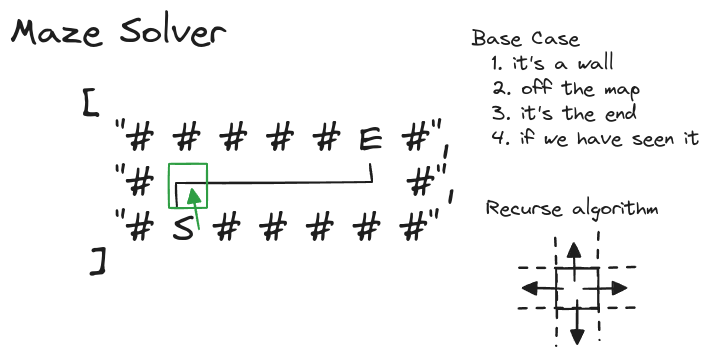
This is docs/recursion/images/path-finding.excalidraw.png from ThomasCode92/fem-algorithms, a Excalidraw export, as it was before one commit. Source tidied: one line per element, renumbered; positions are measured from the earlier drawing's top-left corner, leaving out a move shared by most shapes. Source of this version:
```json
{"id": 0, "type": "text", "text": "Maze Solver", "strokeColor": "#1e1e1e", "strokeWidth": 2, "roughness": 1, "fontSize": 36, "fontFamily": 1, "x": 0, "y": 0, "width": 215, "height": 45}
{"id": 1, "type": "text", "text": "\"# # # # # E #\",\n\"#              #\",\n\"# S # # # # #\"", "strokeColor": "#1e1e1e", "strokeWidth": 2, "roughness": 1, "fontSize": 36, "fontFamily": 1, "x": 104, "y": 108, "width": 342, "height": 135}
{"id": 2, "type": "text", "text": "[", "strokeColor": "#1e1e1e", "strokeWidth": 2, "roughness": 1, "fontSize": 36, "fontFamily": 1, "x": 72, "y": 75, "width": 18, "height": 45}
{"id": 3, "type": "text", "text": "]", "strokeColor": "#1e1e1e", "strokeWidth": 2, "roughness": 1, "fontSize": 36, "fontFamily": 1, "x": 79, "y": 233, "width": 18, "height": 45}
{"id": 4, "type": "line", "strokeColor": "#1e1e1e", "strokeWidth": 2, "roughness": 1, "x": 167, "y": 198, "width": 196, "height": 44, "points": [[0, 0], [-1, -25], [195, -26], [193, -44]]}
{"id": 5, "type": "arrow", "strokeColor": "#2f9e44", "strokeWidth": 2, "roughness": 1, "endArrowhead": "triangle", "x": 189, "y": 219, "width": 7, "height": 40, "points": [[0, 0], [-7, -40]]}
{"id": 6, "type": "rectangle", "strokeColor": "#2f9e44", "strokeWidth": 2, "roughness": 1, "x": 159, "y": 154, "width": 38, "height": 44}
{"id": 7, "type": "rectangle", "strokeColor": "#1e1e1e", "strokeWidth": 2, "roughness": 1, "x": 546, "y": 259, "width": 42, "height": 40}
{"id": 8, "type": "line", "strokeColor": "#1e1e1e", "strokeWidth": 2, "strokeStyle": "dashed", "roughness": 1, "x": 509, "y": 258, "width": 119, "height": 1, "points": [[0, 0], [119, -1]]}
{"id": 9, "type": "line", "strokeColor": "#1e1e1e", "strokeWidth": 2, "strokeStyle": "dashed", "roughness": 1, "x": 509, "y": 298, "width": 119, "height": 1, "points": [[0, 0], [119, -1]]}
{"id": 10, "type": "line", "strokeColor": "#1e1e1e", "strokeWidth": 2, "strokeStyle": "dashed", "roughness": 1, "x": 545, "y": 228, "width": 1, "height": 108, "points": [[0, 0], [1, 108]]}
{"id": 11, "type": "line", "strokeColor": "#1e1e1e", "strokeWidth": 2, "strokeStyle": "dashed", "roughness": 1, "x": 589, "y": 222, "width": 1, "height": 108, "points": [[0, 0], [1, 108]]}
{"id": 12, "type": "arrow", "strokeColor": "#1e1e1e", "strokeWidth": 2, "roughness": 1, "endArrowhead": "triangle", "x": 565, "y": 271, "width": 1, "height": 38, "points": [[0, 0], [-1, -38]]}
{"id": 13, "type": "arrow", "strokeColor": "#1e1e1e", "strokeWidth": 2, "roughness": 1, "endArrowhead": "triangle", "x": 567, "y": 290, "width": 0, "height": 44, "points": [[0, 0], [0, 44]]}
{"id": 14, "type": "arrow", "strokeColor": "#1e1e1e", "strokeWidth": 2, "roughness": 1, "endArrowhead": "triangle", "x": 573, "y": 279, "width": 43, "height": 1, "points": [[0, 0], [43, -1]]}
{"id": 15, "type": "arrow", "strokeColor": "#1e1e1e", "strokeWidth": 2, "roughness": 1, "endArrowhead": "triangle", "x": 553, "y": 279, "width": 40, "height": 1, "points": [[0, 0], [-40, -1]]}
{"id": 16, "type": "text", "text": "Base Case\n  1. it's a wall\n  2. off the map\n  3. it's the end\n  4. if we have seen it", "strokeColor": "#1e1e1e", "strokeWidth": 2, "roughness": 1, "fontSize": 20, "fontFamily": 1, "x": 462, "y": 16, "width": 228, "height": 125}
{"id": 17, "type": "text", "text": "Recurse algorithm", "strokeColor": "#1e1e1e", "strokeWidth": 2, "roughness": 1, "fontSize": 20, "fontFamily": 1, "x": 476, "y": 186, "width": 173, "height": 25}
```
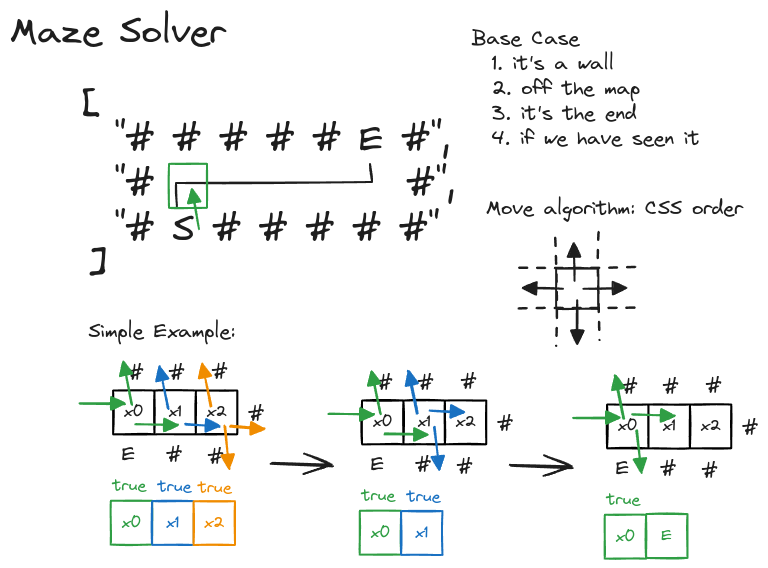
The same file after the commit.

Commit message:
Path Finding - Recursive Case

Diff of the diagram source:
```diff
@@ -15,4 +15,84 @@
 {"id": 14, "type": "arrow", "strokeColor": "#1e1e1e", "strokeWidth": 2, "roughness": 1, "endArrowhead": "triangle", "x": 573, "y": 279, "width": 43, "height": 1, "points": [[0, 0], [43, -1]]}
 {"id": 15, "type": "arrow", "strokeColor": "#1e1e1e", "strokeWidth": 2, "roughness": 1, "endArrowhead": "triangle", "x": 553, "y": 279, "width": 40, "height": 1, "points": [[0, 0], [-40, -1]]}
 {"id": 16, "type": "text", "text": "Base Case\n  1. it's a wall\n  2. off the map\n  3. it's the end\n  4. if we have seen it", "strokeColor": "#1e1e1e", "strokeWidth": 2, "roughness": 1, "fontSize": 20, "fontFamily": 1, "x": 462, "y": 16, "width": 228, "height": 125}
-{"id": 17, "type": "text", "text": "Recurse algorithm", "strokeColor": "#1e1e1e", "strokeWidth": 2, "roughness": 1, "fontSize": 20, "fontFamily": 1, "x": 476, "y": 186, "width": 173, "height": 25}
+{"id": 17, "type": "text", "text": "Move algorithm: CSS order", "strokeColor": "#1e1e1e", "strokeWidth": 2, "roughness": 1, "fontSize": 20, "fontFamily": 1, "x": 476, "y": 186, "width": 257, "height": 25}
+{"id": 18, "type": "rectangle", "strokeColor": "#000000", "strokeWidth": 2, "roughness": 1, "x": 103, "y": 380, "width": 41, "height": 44}
+{"id": 19, "type": "text", "text": "x0", "strokeColor": "#1e1e1e", "strokeWidth": 2, "roughness": 1, "fontSize": 16, "fontFamily": 1, "textAlign": "center", "verticalAlign": "middle", "inside": 18, "x": 114, "y": 392, "width": 20, "height": 20}
+{"id": 20, "type": "rectangle", "strokeColor": "#000000", "strokeWidth": 2, "roughness": 1, "x": 352, "y": 390, "width": 41, "height": 44}
+{"id": 21, "type": "text", "text": "x0", "strokeColor": "#1e1e1e", "strokeWidth": 2, "roughness": 1, "fontSize": 16, "fontFamily": 1, "textAlign": "center", "verticalAlign": "middle", "inside": 20, "x": 363, "y": 402, "width": 20, "height": 20}
+{"id": 22, "type": "rectangle", "strokeColor": "#000000", "strokeWidth": 2, "roughness": 1, "x": 597, "y": 394, "width": 41, "height": 44}
+{"id": 23, "type": "text", "text": "x0", "strokeColor": "#1e1e1e", "strokeWidth": 2, "roughness": 1, "fontSize": 16, "fontFamily": 1, "textAlign": "center", "verticalAlign": "middle", "inside": 22, "x": 608, "y": 406, "width": 20, "height": 20}
+{"id": 24, "type": "rectangle", "strokeColor": "#2f9e44", "strokeWidth": 2, "roughness": 1, "x": 101, "y": 491, "width": 41, "height": 44}
+{"id": 25, "type": "text", "text": "x0", "strokeColor": "#2f9e44", "strokeWidth": 2, "roughness": 1, "fontSize": 16, "fontFamily": 1, "textAlign": "center", "verticalAlign": "middle", "inside": 24, "x": 111, "y": 503, "width": 20, "height": 20}
+{"id": 26, "type": "rectangle", "strokeColor": "#2f9e44", "strokeWidth": 2, "roughness": 1, "x": 350, "y": 501, "width": 41, "height": 44}
+{"id": 27, "type": "text", "text": "x0", "strokeColor": "#2f9e44", "strokeWidth": 2, "roughness": 1, "fontSize": 16, "fontFamily": 1, "textAlign": "center", "verticalAlign": "middle", "inside": 26, "x": 360, "y": 513, "width": 20, "height": 20}
+{"id": 28, "type": "rectangle", "strokeColor": "#2f9e44", "strokeWidth": 2, "roughness": 1, "x": 595, "y": 505, "width": 41, "height": 44}
+{"id": 29, "type": "text", "text": "x0", "strokeColor": "#2f9e44", "strokeWidth": 2, "roughness": 1, "fontSize": 16, "fontFamily": 1, "textAlign": "center", "verticalAlign": "middle", "inside": 28, "x": 605, "y": 517, "width": 20, "height": 20}
+{"id": 30, "type": "rectangle", "strokeColor": "#1971c2", "strokeWidth": 2, "roughness": 1, "x": 142, "y": 491, "width": 41, "height": 44}
+{"id": 31, "type": "text", "text": "x1", "strokeColor": "#1971c2", "strokeWidth": 2, "roughness": 1, "fontSize": 16, "fontFamily": 1, "textAlign": "center", "verticalAlign": "middle", "inside": 30, "x": 156, "y": 503, "width": 13, "height": 20}
+{"id": 32, "type": "rectangle", "strokeColor": "#1971c2", "strokeWidth": 2, "roughness": 1, "x": 391, "y": 501, "width": 41, "height": 44}
+{"id": 33, "type": "text", "text": "x1", "strokeColor": "#1971c2", "strokeWidth": 2, "roughness": 1, "fontSize": 16, "fontFamily": 1, "textAlign": "center", "verticalAlign": "middle", "inside": 32, "x": 405, "y": 513, "width": 13, "height": 20}
+{"id": 34, "type": "rectangle", "strokeColor": "#2f9e44", "strokeWidth": 2, "roughness": 1, "x": 636, "y": 504, "width": 41, "height": 44}
+{"id": 35, "type": "text", "text": "E", "strokeColor": "#2f9e44", "strokeWidth": 2, "roughness": 1, "fontSize": 16, "fontFamily": 1, "textAlign": "center", "verticalAlign": "middle", "inside": 34, "x": 651, "y": 516, "width": 11, "height": 20}
+{"id": 36, "type": "rectangle", "strokeColor": "#f08c00", "strokeWidth": 2, "roughness": 1, "x": 184, "y": 491, "width": 41, "height": 44}
+{"id": 37, "type": "text", "text": "x2", "strokeColor": "#f08c00", "strokeWidth": 2, "roughness": 1, "fontSize": 16, "fontFamily": 1, "textAlign": "center", "verticalAlign": "middle", "inside": 36, "x": 194, "y": 503, "width": 20, "height": 20}
+{"id": 38, "type": "rectangle", "strokeColor": "#000000", "strokeWidth": 2, "roughness": 1, "x": 144, "y": 380, "width": 41, "height": 44}
+{"id": 39, "type": "text", "text": "x1", "strokeColor": "#1e1e1e", "strokeWidth": 2, "roughness": 1, "fontSize": 16, "fontFamily": 1, "textAlign": "center", "verticalAlign": "middle", "inside": 38, "x": 158, "y": 392, "width": 13, "height": 20}
+{"id": 40, "type": "rectangle", "strokeColor": "#000000", "strokeWidth": 2, "roughness": 1, "x": 393, "y": 390, "width": 41, "height": 44}
+{"id": 41, "type": "text", "text": "x1", "strokeColor": "#1e1e1e", "strokeWidth": 2, "roughness": 1, "fontSize": 16, "fontFamily": 1, "textAlign": "center", "verticalAlign": "middle", "inside": 40, "x": 407, "y": 402, "width": 13, "height": 20}
+{"id": 42, "type": "rectangle", "strokeColor": "#000000", "strokeWidth": 2, "roughness": 1, "x": 638, "y": 394, "width": 41, "height": 44}
+{"id": 43, "type": "text", "text": "x1", "strokeColor": "#1e1e1e", "strokeWidth": 2, "roughness": 1, "fontSize": 16, "fontFamily": 1, "textAlign": "center", "verticalAlign": "middle", "inside": 42, "x": 652, "y": 406, "width": 13, "height": 20}
+{"id": 44, "type": "rectangle", "strokeColor": "#000000", "strokeWidth": 2, "roughness": 1, "x": 186, "y": 380, "width": 41, "height": 44}
+{"id": 45, "type": "text", "text": "x2", "strokeColor": "#1e1e1e", "strokeWidth": 2, "roughness": 1, "fontSize": 16, "fontFamily": 1, "textAlign": "center", "verticalAlign": "middle", "inside": 44, "x": 196, "y": 392, "width": 20, "height": 20}
+{"id": 46, "type": "rectangle", "strokeColor": "#000000", "strokeWidth": 2, "roughness": 1, "x": 435, "y": 390, "width": 41, "height": 44}
+{"id": 47, "type": "text", "text": "x2", "strokeColor": "#1e1e1e", "strokeWidth": 2, "roughness": 1, "fontSize": 16, "fontFamily": 1, "textAlign": "center", "verticalAlign": "middle", "inside": 46, "x": 445, "y": 402, "width": 20, "height": 20}
+{"id": 48, "type": "rectangle", "strokeColor": "#000000", "strokeWidth": 2, "roughness": 1, "x": 680, "y": 394, "width": 41, "height": 44}
+{"id": 49, "type": "text", "text": "x2", "strokeColor": "#1e1e1e", "strokeWidth": 2, "roughness": 1, "fontSize": 16, "fontFamily": 1, "textAlign": "center", "verticalAlign": "middle", "inside": 48, "x": 690, "y": 406, "width": 20, "height": 20}
+{"id": 50, "type": "text", "text": "#", "strokeColor": "#1e1e1e", "strokeWidth": 2, "roughness": 1, "fontSize": 20, "fontFamily": 1, "x": 118, "y": 351, "width": 16, "height": 25}
+{"id": 51, "type": "text", "text": "#", "strokeColor": "#1e1e1e", "strokeWidth": 2, "roughness": 1, "fontSize": 20, "fontFamily": 1, "x": 367, "y": 361, "width": 16, "height": 25}
+{"id": 52, "type": "text", "text": "#", "strokeColor": "#1e1e1e", "strokeWidth": 2, "roughness": 1, "fontSize": 20, "fontFamily": 1, "x": 612, "y": 365, "width": 16, "height": 25}
+{"id": 53, "type": "text", "text": "#", "strokeColor": "#1e1e1e", "strokeWidth": 2, "roughness": 1, "fontSize": 20, "fontFamily": 1, "x": 159, "y": 351, "width": 16, "height": 25}
+{"id": 54, "type": "text", "text": "#", "strokeColor": "#1e1e1e", "strokeWidth": 2, "roughness": 1, "fontSize": 20, "fontFamily": 1, "x": 408, "y": 361, "width": 16, "height": 25}
+{"id": 55, "type": "text", "text": "#", "strokeColor": "#1e1e1e", "strokeWidth": 2, "roughness": 1, "fontSize": 20, "fontFamily": 1, "x": 653, "y": 365, "width": 16, "height": 25}
+{"id": 56, "type": "text", "text": "#", "strokeColor": "#1e1e1e", "strokeWidth": 2, "roughness": 1, "fontSize": 20, "fontFamily": 1, "x": 202, "y": 350, "width": 16, "height": 25}
+{"id": 57, "type": "text", "text": "#", "strokeColor": "#1e1e1e", "strokeWidth": 2, "roughness": 1, "fontSize": 20, "fontFamily": 1, "x": 451, "y": 360, "width": 16, "height": 25}
+{"id": 58, "type": "text", "text": "#", "strokeColor": "#1e1e1e", "strokeWidth": 2, "roughness": 1, "fontSize": 20, "fontFamily": 1, "x": 696, "y": 364, "width": 16, "height": 25}
+{"id": 59, "type": "text", "text": "#", "strokeColor": "#1e1e1e", "strokeWidth": 2, "roughness": 1, "fontSize": 20, "fontFamily": 1, "x": 238, "y": 392, "width": 16, "height": 25}
+{"id": 60, "type": "text", "text": "#", "strokeColor": "#1e1e1e", "strokeWidth": 2, "roughness": 1, "fontSize": 20, "fontFamily": 1, "x": 487, "y": 402, "width": 16, "height": 25}
+{"id": 61, "type": "text", "text": "#", "strokeColor": "#1e1e1e", "strokeWidth": 2, "roughness": 1, "fontSize": 20, "fontFamily": 1, "x": 732, "y": 406, "width": 16, "height": 25}
+{"id": 62, "type": "text", "text": "#", "strokeColor": "#1e1e1e", "strokeWidth": 2, "roughness": 1, "fontSize": 20, "fontFamily": 1, "x": 198, "y": 435, "width": 16, "height": 25}
+{"id": 63, "type": "text", "text": "#", "strokeColor": "#1e1e1e", "strokeWidth": 2, "roughness": 1, "fontSize": 20, "fontFamily": 1, "x": 447, "y": 445, "width": 16, "height": 25}
+{"id": 64, "type": "text", "text": "#", "strokeColor": "#1e1e1e", "strokeWidth": 2, "roughness": 1, "fontSize": 20, "fontFamily": 1, "x": 692, "y": 449, "width": 16, "height": 25}
+{"id": 65, "type": "text", "text": "#", "strokeColor": "#1e1e1e", "strokeWidth": 2, "roughness": 1, "fontSize": 20, "fontFamily": 1, "x": 156, "y": 433, "width": 16, "height": 25}
+{"id": 66, "type": "text", "text": "#", "strokeColor": "#1e1e1e", "strokeWidth": 2, "roughness": 1, "fontSize": 20, "fontFamily": 1, "x": 405, "y": 443, "width": 16, "height": 25}
+{"id": 67, "type": "text", "text": "#", "strokeColor": "#1e1e1e", "strokeWidth": 2, "roughness": 1, "fontSize": 20, "fontFamily": 1, "x": 650, "y": 447, "width": 16, "height": 25}
+{"id": 68, "type": "text", "text": "E", "strokeColor": "#1e1e1e", "strokeWidth": 2, "roughness": 1, "fontSize": 20, "fontFamily": 1, "x": 112, "y": 432, "width": 13, "height": 25}
+{"id": 69, "type": "text", "text": "E", "strokeColor": "#1e1e1e", "strokeWidth": 2, "roughness": 1, "fontSize": 20, "fontFamily": 1, "x": 361, "y": 442, "width": 13, "height": 25}
+{"id": 70, "type": "text", "text": "E", "strokeColor": "#1e1e1e", "strokeWidth": 2, "roughness": 1, "fontSize": 20, "fontFamily": 1, "x": 606, "y": 446, "width": 13, "height": 25}
+{"id": 71, "type": "arrow", "strokeColor": "#2f9e44", "strokeWidth": 2, "roughness": 1, "endArrowhead": "triangle", "round": true, "x": 70, "y": 394, "width": 45, "height": 0, "points": [[0, 0], [45, 0]]}
+{"id": 72, "type": "arrow", "strokeColor": "#2f9e44", "strokeWidth": 2, "roughness": 1, "endArrowhead": "triangle", "round": true, "x": 319, "y": 404, "width": 45, "height": 0, "points": [[0, 0], [45, 0]]}
+{"id": 73, "type": "arrow", "strokeColor": "#2f9e44", "strokeWidth": 2, "roughness": 1, "endArrowhead": "triangle", "round": true, "x": 564, "y": 408, "width": 45, "height": 0, "points": [[0, 0], [45, 0]]}
+{"id": 74, "type": "arrow", "strokeColor": "#2f9e44", "strokeWidth": 2, "roughness": 1, "endArrowhead": "triangle", "round": true, "to": 50, "x": 122, "y": 394, "width": 9, "height": 43, "points": [[0, 0], [-9, -43]]}
+{"id": 75, "type": "arrow", "strokeColor": "#2f9e44", "strokeWidth": 2, "roughness": 1, "endArrowhead": "triangle", "round": true, "to": 51, "x": 371, "y": 404, "width": 9, "height": 43, "points": [[0, 0], [-9, -43]]}
+{"id": 76, "type": "arrow", "strokeColor": "#2f9e44", "strokeWidth": 2, "roughness": 1, "endArrowhead": "triangle", "round": true, "to": 52, "x": 614, "y": 408, "width": 9, "height": 43, "points": [[0, 0], [-9, -43]]}
+{"id": 77, "type": "arrow", "strokeColor": "#1971c2", "strokeWidth": 2, "roughness": 1, "endArrowhead": "triangle", "round": true, "from": 18, "to": 53, "x": 158, "y": 399, "width": 9, "height": 43, "points": [[0, 0], [-9, -43]]}
+{"id": 78, "type": "arrow", "strokeColor": "#1971c2", "strokeWidth": 2, "roughness": 1, "endArrowhead": "triangle", "round": true, "from": 20, "to": 54, "x": 407, "y": 404, "width": 9, "height": 43, "points": [[0, 0], [-9, -43]]}
+{"id": 79, "type": "arrow", "strokeColor": "#f08c00", "strokeWidth": 2, "roughness": 1, "endArrowhead": "triangle", "round": true, "from": 38, "to": 56, "x": 201, "y": 397, "width": 9, "height": 43, "points": [[0, 0], [-9, -43]]}
+{"id": 80, "type": "arrow", "strokeColor": "#2f9e44", "strokeWidth": 2, "roughness": 1, "endArrowhead": "triangle", "round": true, "x": 125, "y": 414, "width": 42, "height": 1, "points": [[0, 0], [42, 1]]}
+{"id": 81, "type": "arrow", "strokeColor": "#2f9e44", "strokeWidth": 2, "roughness": 1, "endArrowhead": "triangle", "round": true, "x": 374, "y": 424, "width": 42, "height": 1, "points": [[0, 0], [42, 1]]}
+{"id": 82, "type": "arrow", "strokeColor": "#2f9e44", "strokeWidth": 2, "roughness": 1, "endArrowhead": "triangle", "round": true, "x": 622, "y": 405, "width": 42, "height": 1, "points": [[0, 0], [42, 1]]}
+{"id": 83, "type": "arrow", "strokeColor": "#1971c2", "strokeWidth": 2, "roughness": 1, "endArrowhead": "triangle", "round": true, "from": 44, "x": 176, "y": 414, "width": 34, "height": 2, "points": [[0, 0], [34, 2]]}
+{"id": 84, "type": "arrow", "strokeColor": "#1971c2", "strokeWidth": 2, "roughness": 1, "endArrowhead": "triangle", "round": true, "from": 54, "x": 420, "y": 400, "width": 34, "height": 2, "points": [[0, 0], [34, 2]]}
+{"id": 85, "type": "arrow", "strokeColor": "#f08c00", "strokeWidth": 2, "roughness": 1, "endArrowhead": "triangle", "round": true, "to": 59, "x": 220, "y": 416, "width": 34, "height": 2, "points": [[0, 0], [34, 2]]}
+{"id": 86, "type": "arrow", "strokeColor": "#f08c00", "strokeWidth": 2, "roughness": 1, "endArrowhead": "triangle", "round": true, "to": 94, "x": 214, "y": 416, "width": 5, "height": 43, "points": [[0, 0], [5, 43]]}
+{"id": 87, "type": "arrow", "strokeColor": "#1971c2", "strokeWidth": 2, "roughness": 1, "endArrowhead": "triangle", "round": true, "from": 46, "to": 66, "x": 424, "y": 417, "width": 5, "height": 43, "points": [[0, 0], [5, 43]]}
+{"id": 88, "type": "arrow", "strokeColor": "#2f9e44", "strokeWidth": 2, "roughness": 1, "endArrowhead": "triangle", "round": true, "from": 42, "to": 70, "x": 626, "y": 420, "width": 5, "height": 43, "points": [[0, 0], [5, 43]]}
+{"id": 89, "type": "text", "text": "true", "strokeColor": "#2f9e44", "strokeWidth": 2, "roughness": 1, "fontSize": 16, "fontFamily": 1, "x": 102, "y": 466, "width": 34, "height": 20}
+{"id": 90, "type": "text", "text": "true", "strokeColor": "#2f9e44", "strokeWidth": 2, "roughness": 1, "fontSize": 16, "fontFamily": 1, "x": 351, "y": 476, "width": 34, "height": 20}
+{"id": 91, "type": "text", "text": "true", "strokeColor": "#2f9e44", "strokeWidth": 2, "roughness": 1, "fontSize": 16, "fontFamily": 1, "x": 596, "y": 480, "width": 34, "height": 20}
+{"id": 92, "type": "text", "text": "true", "strokeColor": "#1971c2", "strokeWidth": 2, "roughness": 1, "fontSize": 16, "fontFamily": 1, "x": 148, "y": 467, "width": 34, "height": 20}
+{"id": 93, "type": "text", "text": "true", "strokeColor": "#1971c2", "strokeWidth": 2, "roughness": 1, "fontSize": 16, "fontFamily": 1, "x": 397, "y": 477, "width": 34, "height": 20}
+{"id": 94, "type": "text", "text": "true", "strokeColor": "#f08c00", "strokeWidth": 2, "roughness": 1, "fontSize": 16, "fontFamily": 1, "x": 188, "y": 468, "width": 34, "height": 20}
+{"id": 95, "type": "arrow", "strokeColor": "#1e1e1e", "strokeWidth": 2, "roughness": 1, "endArrowhead": "arrow", "round": true, "x": 261, "y": 454, "width": 62, "height": 2, "points": [[0, 0], [62, 2]]}
+{"id": 96, "type": "arrow", "strokeColor": "#1e1e1e", "strokeWidth": 2, "roughness": 1, "endArrowhead": "arrow", "round": true, "x": 500, "y": 456, "width": 62, "height": 2, "points": [[0, 0], [62, 2]]}
+{"id": 97, "type": "text", "text": "Simple Example:", "strokeColor": "#1e1e1e", "strokeWidth": 2, "roughness": 1, "fontSize": 20, "fontFamily": 1, "x": 78, "y": 309, "width": 147, "height": 25}
```
